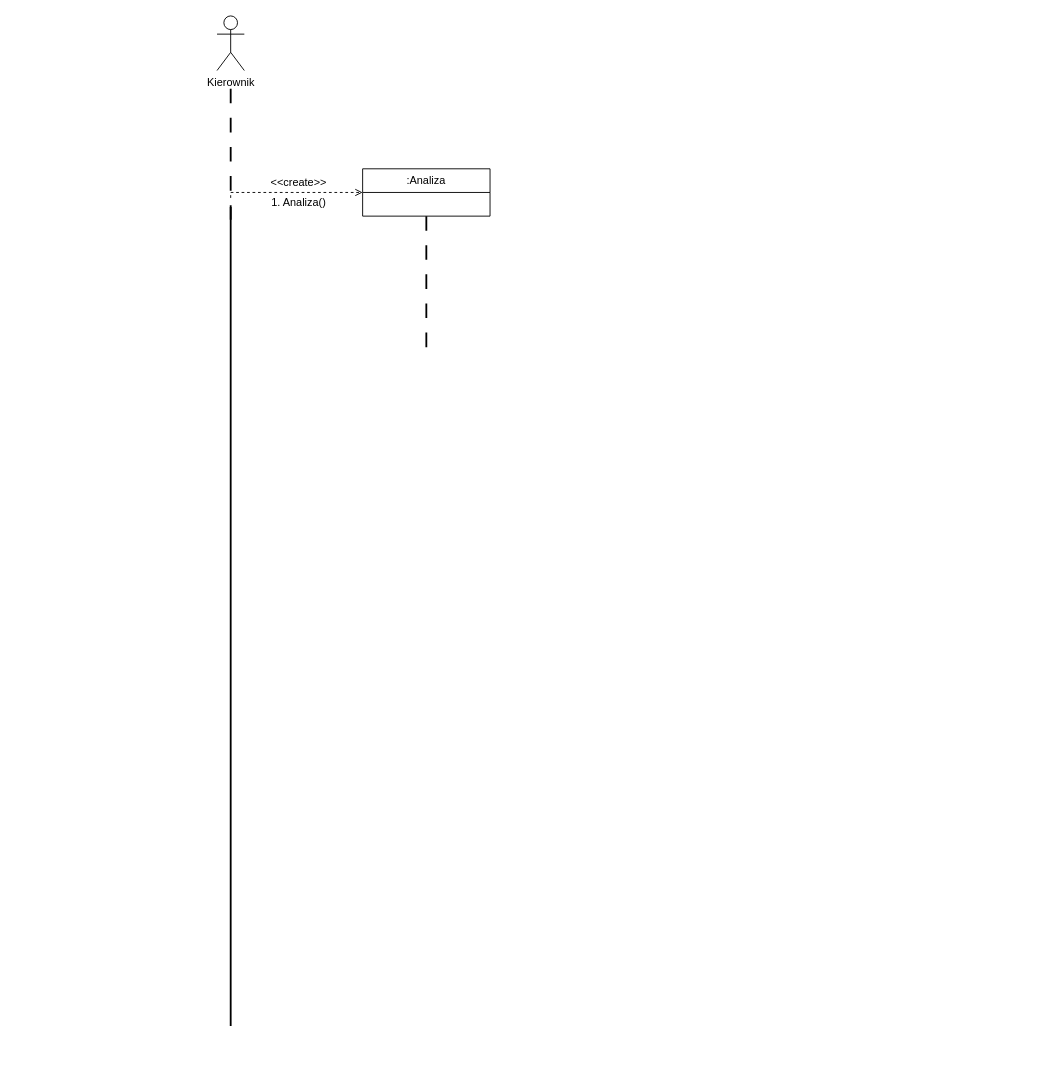
This is Diagram przejsc.drawio from sktybucdred/InzynieriaOprogramowania, a draw.io file, before an edit. Source tidied: cells renumbered, new cells numbered last; positions are measured from the earlier drawing's top-left corner, leaving out a move shared by most shapes. Both pictures are drawn from the tidied source at 91%, with x=0, y=0 at pixel (217, 15).
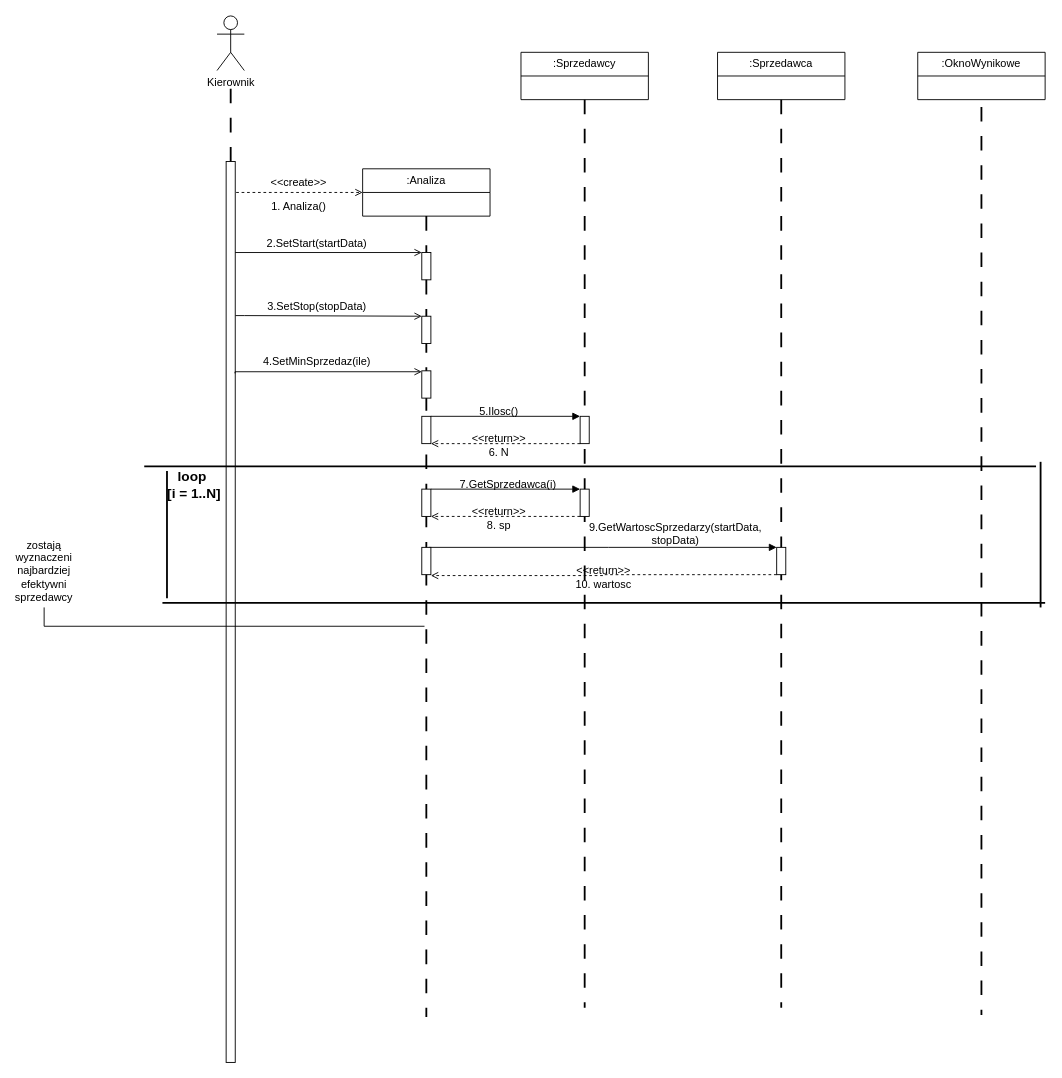
Above is the later version.

What changed in the source:
```diff
@@
     <mxCell id="7" style="line;strokeWidth=2;direction=south;html=1;dashed=1;dashPattern=8 8;" parent="1" vertex="1">
-      <mxGeometry x="225" y="220" width="10" height="160" as="geometry" />
+      <mxGeometry x="225" y="220" width="10" height="40" as="geometry" />
     </mxCell>
@@
     <mxCell id="9" value="1. Analiza()" style="text;html=1;align=center;verticalAlign=middle;whiteSpace=wrap;rounded=0;" parent="1" vertex="1">
-      <mxGeometry x="50" y="190" width="80" height="30" as="geometry" />
+      <mxGeometry x="-35" y="200" width="250" height="20" as="geometry" />
     </mxCell>
+    <mxCell id="10" value=":Sprzedawcy" style="swimlane;fontStyle=0;horizontal=1;startSize=26;fillColor=none;whiteSpace=wrap;html=1;" parent="1" vertex="1">
+      <mxGeometry x="334" y="40" width="140" height="52" as="geometry" />
+    </mxCell>
+    <mxCell id="11" value=":Sprzedawca" style="swimlane;fontStyle=0;horizontal=1;startSize=26;fillColor=none;whiteSpace=wrap;html=1;" parent="1" vertex="1">
+      <mxGeometry x="550" y="40" width="140" height="52" as="geometry" />
+    </mxCell>
+    <mxCell id="12" value=":OknoWynikowe" style="swimlane;fontStyle=0;horizontal=1;startSize=26;fillColor=none;whiteSpace=wrap;html=1;" parent="1" vertex="1">
+      <mxGeometry x="770" y="40" width="140" height="52" as="geometry" />
+    </mxCell>
+    <mxCell id="13" style="rounded=0;whiteSpace=wrap;html=1;" parent="1" vertex="1">
+      <mxGeometry x="225" y="260" width="10" height="30" as="geometry" />
+    </mxCell>
+    <mxCell id="14" style="line;strokeWidth=2;direction=south;html=1;dashed=1;dashPattern=8 8;" parent="1" vertex="1">
+      <mxGeometry x="399" y="92" width="10" height="998" as="geometry" />
+    </mxCell>
+    <mxCell id="15" style="line;strokeWidth=2;direction=south;html=1;dashed=1;dashPattern=8 8;" parent="1" vertex="1">
+      <mxGeometry x="615" y="92" width="10" height="998" as="geometry" />
+    </mxCell>
+    <mxCell id="16" style="line;strokeWidth=2;direction=south;html=1;dashed=1;dashPattern=8 8;" parent="1" vertex="1">
+      <mxGeometry x="835" y="100" width="10" height="998" as="geometry" />
+    </mxCell>
+    <mxCell id="17" style="edgeStyle=orthogonalEdgeStyle;rounded=0;jettySize=auto;html=1;exitX=0.75;exitY=0.5;exitDx=0;exitDy=0;exitPerimeter=0;entryX=0;entryY=0;entryDx=0;entryDy=0;endArrow=open;endFill=0;" parent="1" edge="1" target="13">
+      <mxGeometry relative="1" as="geometry">
+        <mxPoint x="15" y="266" as="sourcePoint" />
+        <Array as="points">
+          <mxPoint x="15" y="260" />
+        </Array>
+      </mxGeometry>
+    </mxCell>
+    <mxCell id="18" value="2.SetStart(startData)" style="text;html=1;align=center;verticalAlign=middle;whiteSpace=wrap;rounded=0;" parent="1" vertex="1">
+      <mxGeometry x="-15" y="240" width="250" height="20" as="geometry" />
+    </mxCell>
+    <mxCell id="19" style="rounded=0;whiteSpace=wrap;html=1;" parent="1" vertex="1">
+      <mxGeometry x="10" y="160" width="10" height="990" as="geometry" />
+    </mxCell>
+    <mxCell id="20" style="line;strokeWidth=2;direction=south;html=1;dashed=1;dashPattern=8 8;" parent="1" vertex="1">
+      <mxGeometry x="225" y="290" width="10" height="810" as="geometry" />
+    </mxCell>
+    <mxCell id="21" value="3.SetStop(stopData)" style="text;html=1;align=center;verticalAlign=middle;whiteSpace=wrap;rounded=0;" parent="1" vertex="1">
+      <mxGeometry x="-15" y="310" width="250" height="20" as="geometry" />
+    </mxCell>
+    <mxCell id="22" style="rounded=0;whiteSpace=wrap;html=1;" parent="1" vertex="1">
+      <mxGeometry x="225" y="330" width="10" height="30" as="geometry" />
+    </mxCell>
+    <mxCell id="23" style="edgeStyle=orthogonalEdgeStyle;rounded=0;jettySize=auto;html=1;exitX=1.028;exitY=0.171;exitDx=0;exitDy=0;exitPerimeter=0;entryX=0;entryY=0;entryDx=0;entryDy=0;endArrow=open;endFill=0;" parent="1" edge="1" source="19">
+      <mxGeometry relative="1" as="geometry">
+        <mxPoint x="225" y="330" as="targetPoint" />
+        <Array as="points">
+          <mxPoint x="30" y="329" />
+        </Array>
+      </mxGeometry>
+    </mxCell>
+    <mxCell id="24" style="rounded=0;whiteSpace=wrap;html=1;" parent="1" vertex="1">
+      <mxGeometry x="225" y="390" width="10" height="30" as="geometry" />
+    </mxCell>
+    <mxCell id="25" style="edgeStyle=orthogonalEdgeStyle;rounded=0;jettySize=auto;html=1;exitX=0.139;exitY=1.139;exitDx=0;exitDy=0;exitPerimeter=0;entryX=0;entryY=0;entryDx=0;entryDy=0;endArrow=open;endFill=0;" parent="1" edge="1" source="26">
+      <mxGeometry relative="1" as="geometry">
+        <mxPoint x="225" y="391" as="targetPoint" />
+        <Array as="points">
+          <mxPoint x="20" y="391" />
+        </Array>
+      </mxGeometry>
+    </mxCell>
+    <mxCell id="26" value="4.SetMinSprzedaz(ile)" style="text;html=1;align=center;verticalAlign=middle;whiteSpace=wrap;rounded=0;" parent="1" vertex="1">
+      <mxGeometry x="-15" y="370" width="250" height="20" as="geometry" />
+    </mxCell>
+    <mxCell id="27" style="line;strokeWidth=2;html=1;" parent="1" vertex="1">
+      <mxGeometry x="-80" y="490" width="980" height="10" as="geometry" />
+    </mxCell>
+    <mxCell id="28" style="line;strokeWidth=2;html=1;" parent="1" vertex="1">
+      <mxGeometry x="-60" y="640" width="970" height="10" as="geometry" />
+    </mxCell>
+    <mxCell id="29" style="line;strokeWidth=2;direction=south;html=1;" parent="1" vertex="1">
+      <mxGeometry x="900" y="490" width="10" height="160" as="geometry" />
+    </mxCell>
+    <mxCell id="30" style="line;strokeWidth=2;direction=south;html=1;" parent="1" vertex="1">
+      <mxGeometry x="-60" y="500" width="10" height="140" as="geometry" />
+    </mxCell>
+    <mxCell id="31" value="&lt;b style=&quot;font-size: 15px;&quot;&gt;&lt;font style=&quot;font-size: 15px;&quot;&gt;loop&amp;nbsp;&lt;/font&gt;&lt;/b&gt;&lt;div style=&quot;font-size: 15px;&quot;&gt;&lt;b style=&quot;&quot;&gt;&lt;font style=&quot;font-size: 15px;&quot;&gt;[i = 1..N]&lt;/font&gt;&lt;/b&gt;&lt;/div&gt;" style="text;html=1;align=center;verticalAlign=middle;whiteSpace=wrap;rounded=0;" parent="1" vertex="1">
+      <mxGeometry x="-60" y="495" width="70" height="40" as="geometry" />
+    </mxCell>
+    <mxCell id="32" style="edgeStyle=orthogonalEdgeStyle;rounded=0;jettySize=auto;html=1;exitX=0;exitY=1;exitDx=0;exitDy=0;entryX=1;entryY=1;entryDx=0;entryDy=0;endArrow=open;endFill=0;dashed=1;" parent="1" edge="1" source="33" target="35">
+      <mxGeometry relative="1" as="geometry">
+        <Array as="points">
+          <mxPoint x="320" y="470" />
+          <mxPoint x="320" y="470" />
+        </Array>
+      </mxGeometry>
+    </mxCell>
+    <mxCell id="33" style="rounded=0;whiteSpace=wrap;html=1;" parent="1" vertex="1">
+      <mxGeometry x="399" y="440" width="10" height="30" as="geometry" />
+    </mxCell>
+    <mxCell id="34" style="edgeStyle=orthogonalEdgeStyle;rounded=0;jettySize=auto;html=1;exitX=1;exitY=0;exitDx=0;exitDy=0;entryX=0;entryY=0;entryDx=0;entryDy=0;endArrow=block;endFill=1;" parent="1" edge="1" source="35" target="33">
+      <mxGeometry relative="1" as="geometry">
+        <Array as="points">
+          <mxPoint x="320" y="440" />
+          <mxPoint x="320" y="440" />
+        </Array>
+      </mxGeometry>
+    </mxCell>
+    <mxCell id="35" style="rounded=0;whiteSpace=wrap;html=1;" parent="1" vertex="1">
+      <mxGeometry x="225" y="440" width="10" height="30" as="geometry" />
+    </mxCell>
+    <mxCell id="36" value="&amp;lt;&amp;lt;return&amp;gt;&amp;gt;" style="text;html=1;align=center;verticalAlign=middle;whiteSpace=wrap;rounded=0;" parent="1" vertex="1">
+      <mxGeometry x="280" y="450" width="60" height="30" as="geometry" />
+    </mxCell>
+    <mxCell id="37" value="6. N" style="text;html=1;align=center;verticalAlign=middle;whiteSpace=wrap;rounded=0;" parent="1" vertex="1">
+      <mxGeometry x="280" y="470" width="60" height="20" as="geometry" />
+    </mxCell>
+    <mxCell id="38" value="5.Ilosc()" style="text;html=1;align=center;verticalAlign=middle;whiteSpace=wrap;rounded=0;" parent="1" vertex="1">
+      <mxGeometry x="280" y="420" width="60" height="30" as="geometry" />
+    </mxCell>
+    <mxCell id="39" style="edgeStyle=orthogonalEdgeStyle;rounded=0;jettySize=auto;html=1;exitX=1;exitY=0;exitDx=0;exitDy=0;entryX=0;entryY=0;entryDx=0;entryDy=0;endArrow=block;endFill=1;" parent="1" edge="1" source="40" target="42">
+      <mxGeometry relative="1" as="geometry">
+        <Array as="points">
+          <mxPoint x="320" y="520" />
+          <mxPoint x="320" y="520" />
+        </Array>
+      </mxGeometry>
+    </mxCell>
+    <mxCell id="40" style="rounded=0;whiteSpace=wrap;html=1;" parent="1" vertex="1">
+      <mxGeometry x="225" y="520" width="10" height="30" as="geometry" />
+    </mxCell>
+    <mxCell id="41" style="edgeStyle=orthogonalEdgeStyle;rounded=0;jettySize=auto;html=1;exitX=0;exitY=1;exitDx=0;exitDy=0;entryX=1;entryY=1;entryDx=0;entryDy=0;dashed=1;endArrow=open;endFill=0;" parent="1" edge="1" source="42" target="40">
+      <mxGeometry relative="1" as="geometry">
+        <Array as="points">
+          <mxPoint x="320" y="550" />
+          <mxPoint x="320" y="550" />
+        </Array>
+      </mxGeometry>
+    </mxCell>
+    <mxCell id="42" style="rounded=0;whiteSpace=wrap;html=1;" parent="1" vertex="1">
+      <mxGeometry x="399" y="520" width="10" height="30" as="geometry" />
+    </mxCell>
+    <mxCell id="43" value="7.GetSprzedawca(i)" style="text;html=1;align=center;verticalAlign=middle;whiteSpace=wrap;rounded=0;" parent="1" vertex="1">
+      <mxGeometry x="290" y="500" width="60" height="30" as="geometry" />
+    </mxCell>
+    <mxCell id="44" value="&amp;lt;&amp;lt;return&amp;gt;&amp;gt;" style="text;html=1;align=center;verticalAlign=middle;whiteSpace=wrap;rounded=0;" parent="1" vertex="1">
+      <mxGeometry x="280" y="530" width="60" height="30" as="geometry" />
+    </mxCell>
+    <mxCell id="45" value="8. sp" style="text;html=1;align=center;verticalAlign=middle;whiteSpace=wrap;rounded=0;" parent="1" vertex="1">
+      <mxGeometry x="280" y="550" width="60" height="20" as="geometry" />
+    </mxCell>
+    <mxCell id="46" style="edgeStyle=orthogonalEdgeStyle;rounded=0;jettySize=auto;html=1;exitX=0.75;exitY=0;exitDx=0;exitDy=0;entryX=0;entryY=0;entryDx=0;entryDy=0;endArrow=block;endFill=1;" parent="1" edge="1" source="47" target="48">
+      <mxGeometry relative="1" as="geometry">
+        <Array as="points">
+          <mxPoint x="430" y="584" />
+          <mxPoint x="430" y="584" />
+        </Array>
+      </mxGeometry>
+    </mxCell>
+    <mxCell id="47" style="rounded=0;whiteSpace=wrap;html=1;" parent="1" vertex="1">
+      <mxGeometry x="225" y="584" width="10" height="30" as="geometry" />
+    </mxCell>
+    <mxCell id="48" style="rounded=0;whiteSpace=wrap;html=1;" parent="1" vertex="1">
+      <mxGeometry x="615" y="584" width="10" height="30" as="geometry" />
+    </mxCell>
+    <mxCell id="49" value="9&lt;span style=&quot;background-color: initial;&quot;&gt;.GetWartoscSprzedarzy(startData, stopData)&lt;/span&gt;" style="text;html=1;align=center;verticalAlign=middle;whiteSpace=wrap;rounded=0;" parent="1" vertex="1">
+      <mxGeometry x="474" y="554" width="60" height="30" as="geometry" />
+    </mxCell>
+    <mxCell id="50" style="edgeStyle=orthogonalEdgeStyle;rounded=0;jettySize=auto;html=1;exitX=0;exitY=1;exitDx=0;exitDy=0;dashed=1;endArrow=open;endFill=0;" parent="1" edge="1" source="48">
+      <mxGeometry relative="1" as="geometry">
+        <mxPoint x="235" y="615" as="targetPoint" />
+        <Array as="points">
+          <mxPoint x="426" y="614" />
+          <mxPoint x="426" y="615" />
+          <mxPoint x="235" y="615" />
+        </Array>
+      </mxGeometry>
+    </mxCell>
+    <mxCell id="51" value="&amp;lt;&amp;lt;return&amp;gt;&amp;gt;" style="text;html=1;align=center;verticalAlign=middle;whiteSpace=wrap;rounded=0;" parent="1" vertex="1">
+      <mxGeometry x="395" y="595" width="60" height="30" as="geometry" />
+    </mxCell>
+    <mxCell id="52" value="10. wartosc" style="text;html=1;align=center;verticalAlign=middle;whiteSpace=wrap;rounded=0;" parent="1" vertex="1">
+      <mxGeometry x="390" y="610" width="70" height="30" as="geometry" />
+    </mxCell>
+    <mxCell id="53" value="zostają wyznaczeni najbardziej efektywni sprzedawcy" style="text;html=1;align=center;verticalAlign=middle;whiteSpace=wrap;rounded=0;" parent="1" vertex="1">
+      <mxGeometry x="-220" y="570" width="60" height="80" as="geometry" />
+    </mxCell>
+    <mxCell id="54" style="edgeStyle=orthogonalEdgeStyle;rounded=0;jettySize=auto;html=1;exitX=0.5;exitY=1;exitDx=0;exitDy=0;entryX=0.47;entryY=0.7;entryDx=0;entryDy=0;entryPerimeter=0;endArrow=none;endFill=0;" parent="1" edge="1" source="53" target="20">
+      <mxGeometry relative="1" as="geometry" />
+    </mxCell>
```
